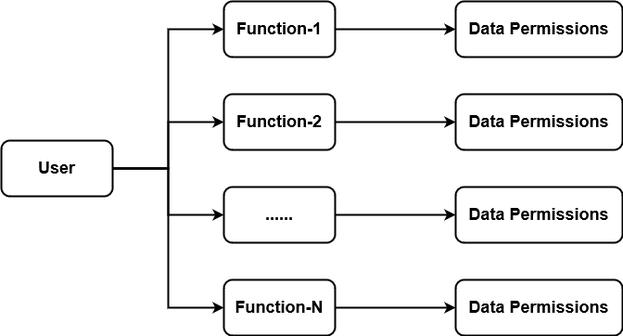
Earlier version of the draw.io export Infrastructure.drawio.png (jackie-thank/beego-authz). Source tidied: cells renumbered, new cells last; positions are measured from the earlier drawing's top-left corner, leaving out a move shared by most shapes. The source it was exported from:
```xml
<mxGraphModel>
  <root>
    <mxCell id="0" />
    <mxCell id="1" parent="0" />
    <mxCell id="2" style="edgeStyle=orthogonalEdgeStyle;rounded=0;jettySize=auto;html=1;exitX=1;exitY=0.5;exitDx=0;exitDy=0;entryX=0;entryY=0.5;entryDx=0;entryDy=0;fontSize=18;strokeWidth=2;" parent="1" edge="1" source="6" target="8">
      <mxGeometry relative="1" as="geometry" />
    </mxCell>
    <mxCell id="3" style="edgeStyle=orthogonalEdgeStyle;rounded=0;jettySize=auto;html=1;entryX=0;entryY=0.5;entryDx=0;entryDy=0;strokeWidth=2;fontSize=18;exitX=1;exitY=0.5;exitDx=0;exitDy=0;" parent="1" edge="1" source="6" target="12">
      <mxGeometry relative="1" as="geometry" />
    </mxCell>
    <mxCell id="4" style="edgeStyle=orthogonalEdgeStyle;rounded=0;jettySize=auto;html=1;exitX=1;exitY=0.5;exitDx=0;exitDy=0;entryX=0;entryY=0.5;entryDx=0;entryDy=0;strokeWidth=2;fontSize=18;" parent="1" edge="1" source="6" target="10">
      <mxGeometry relative="1" as="geometry" />
    </mxCell>
    <mxCell id="5" style="edgeStyle=orthogonalEdgeStyle;rounded=0;jettySize=auto;html=1;exitX=1;exitY=0.5;exitDx=0;exitDy=0;entryX=0;entryY=0.5;entryDx=0;entryDy=0;strokeWidth=2;fontSize=18;" parent="1" edge="1" source="6" target="14">
      <mxGeometry relative="1" as="geometry" />
    </mxCell>
    <mxCell id="6" value="User" style="rounded=1;whiteSpace=wrap;html=1;strokeWidth=2;fontStyle=1;fontSize=18;" parent="1" vertex="1">
      <mxGeometry y="150" width="120" height="60" as="geometry" />
    </mxCell>
    <mxCell id="7" style="edgeStyle=orthogonalEdgeStyle;rounded=0;jettySize=auto;html=1;exitX=1;exitY=0.5;exitDx=0;exitDy=0;strokeWidth=2;fontSize=18;" parent="1" edge="1" source="8" target="15">
      <mxGeometry relative="1" as="geometry" />
    </mxCell>
    <mxCell id="8" value="Function-1" style="rounded=1;whiteSpace=wrap;html=1;strokeWidth=2;fontStyle=1;fontSize=18;" parent="1" vertex="1">
      <mxGeometry x="240" width="120" height="60" as="geometry" />
    </mxCell>
    <mxCell id="9" style="edgeStyle=orthogonalEdgeStyle;rounded=0;jettySize=auto;html=1;exitX=1;exitY=0.5;exitDx=0;exitDy=0;strokeWidth=2;fontSize=18;" parent="1" edge="1" source="10" target="16">
      <mxGeometry relative="1" as="geometry" />
    </mxCell>
    <mxCell id="10" value="Function-2" style="rounded=1;whiteSpace=wrap;html=1;strokeWidth=2;fontStyle=1;fontSize=18;" parent="1" vertex="1">
      <mxGeometry x="240" y="100" width="120" height="60" as="geometry" />
    </mxCell>
    <mxCell id="11" style="edgeStyle=orthogonalEdgeStyle;rounded=0;jettySize=auto;html=1;exitX=1;exitY=0.5;exitDx=0;exitDy=0;entryX=0;entryY=0.5;entryDx=0;entryDy=0;strokeWidth=2;fontSize=18;" parent="1" edge="1" source="12" target="17">
      <mxGeometry relative="1" as="geometry" />
    </mxCell>
    <mxCell id="12" value="......" style="rounded=1;whiteSpace=wrap;html=1;strokeWidth=2;fontStyle=1;fontSize=18;" parent="1" vertex="1">
      <mxGeometry x="240" y="200" width="120" height="60" as="geometry" />
    </mxCell>
    <mxCell id="13" style="edgeStyle=orthogonalEdgeStyle;rounded=0;jettySize=auto;html=1;exitX=1;exitY=0.5;exitDx=0;exitDy=0;strokeWidth=2;fontSize=18;" parent="1" edge="1" source="14" target="18">
      <mxGeometry relative="1" as="geometry" />
    </mxCell>
    <mxCell id="14" value="Function-N" style="rounded=1;whiteSpace=wrap;html=1;strokeWidth=2;fontStyle=1;fontSize=18;" parent="1" vertex="1">
      <mxGeometry x="240" y="300" width="120" height="60" as="geometry" />
    </mxCell>
    <mxCell id="15" value="&lt;div&gt;Data Permissions&lt;br&gt;&lt;/div&gt;" style="rounded=1;whiteSpace=wrap;html=1;strokeWidth=2;fontStyle=1;fontSize=18;" parent="1" vertex="1">
      <mxGeometry x="490" width="180" height="60" as="geometry" />
    </mxCell>
    <mxCell id="16" value="&lt;div&gt;Data Permissions&lt;br&gt;&lt;/div&gt;" style="rounded=1;whiteSpace=wrap;html=1;strokeWidth=2;fontStyle=1;fontSize=18;" parent="1" vertex="1">
      <mxGeometry x="490" y="100" width="180" height="60" as="geometry" />
    </mxCell>
    <mxCell id="17" value="&lt;div&gt;Data Permissions&lt;br&gt;&lt;/div&gt;" style="rounded=1;whiteSpace=wrap;html=1;strokeWidth=2;fontStyle=1;fontSize=18;" parent="1" vertex="1">
      <mxGeometry x="490" y="200" width="180" height="60" as="geometry" />
    </mxCell>
    <mxCell id="18" value="&lt;div&gt;Data Permissions&lt;br&gt;&lt;/div&gt;" style="rounded=1;whiteSpace=wrap;html=1;strokeWidth=2;fontStyle=1;fontSize=18;" parent="1" vertex="1">
      <mxGeometry x="490" y="300" width="180" height="60" as="geometry" />
    </mxCell>
  </root>
</mxGraphModel>
```
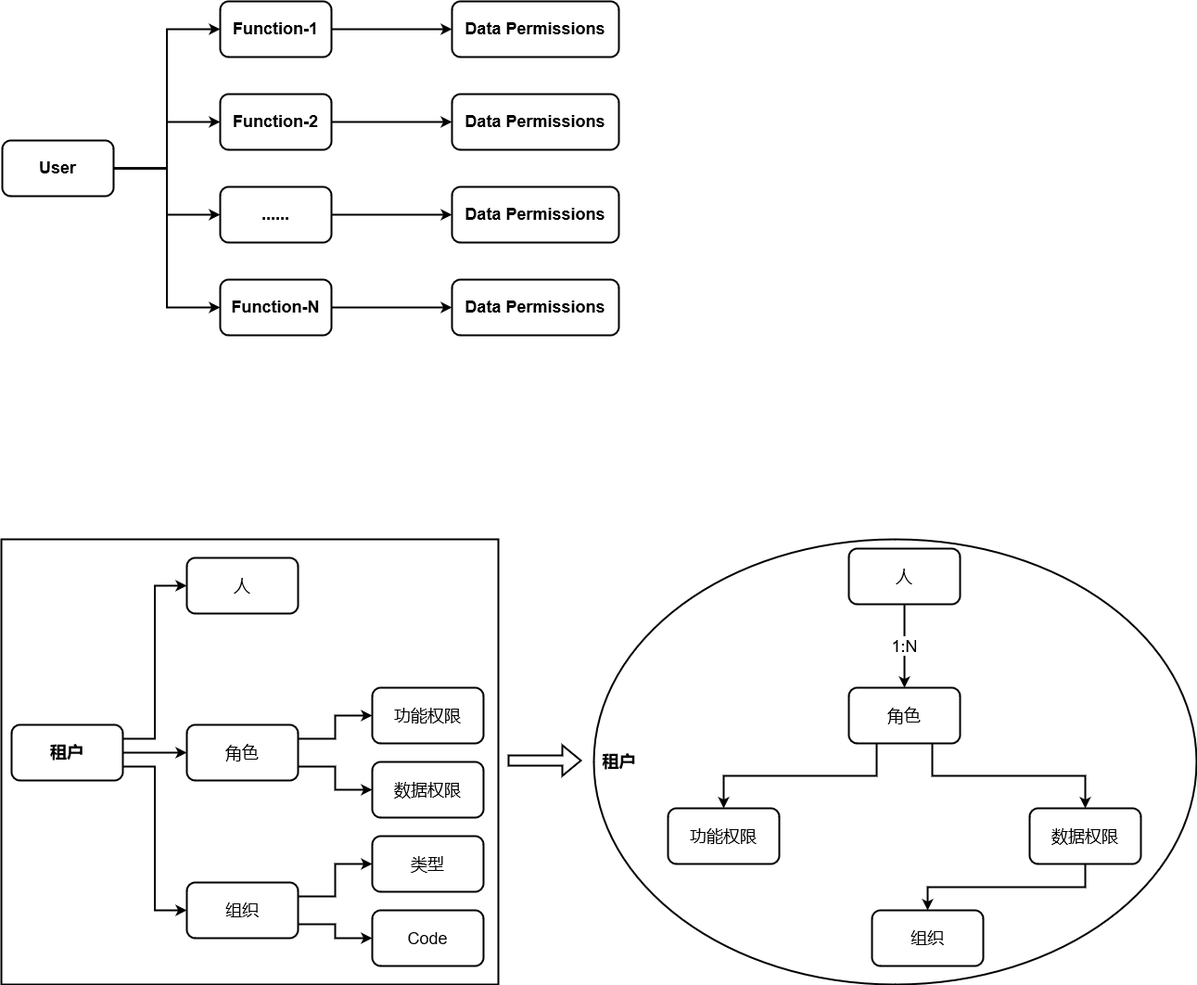
After the change.

Diff of the diagram source:
```diff
@@ -2,6 +2,12 @@
   <root>
     <mxCell id="0" />
     <mxCell id="1" parent="0" />
+    <mxCell id="19" value="租户&amp;nbsp;&amp;nbsp;&amp;nbsp;&amp;nbsp;&amp;nbsp;&amp;nbsp;&amp;nbsp;&amp;nbsp;&amp;nbsp;&amp;nbsp;&amp;nbsp;&amp;nbsp;&amp;nbsp;&amp;nbsp;&amp;nbsp;&amp;nbsp;&amp;nbsp;&amp;nbsp;&amp;nbsp;&amp;nbsp;&amp;nbsp;&amp;nbsp;&amp;nbsp;&amp;nbsp;&amp;nbsp;&amp;nbsp;&amp;nbsp;&amp;nbsp;&amp;nbsp;&amp;nbsp;&amp;nbsp;&amp;nbsp;&amp;nbsp;&amp;nbsp;&amp;nbsp;&amp;nbsp;&amp;nbsp;&amp;nbsp;&amp;nbsp;&amp;nbsp;&amp;nbsp;&amp;nbsp;&amp;nbsp;&amp;nbsp;&amp;nbsp;&amp;nbsp;&amp;nbsp;&amp;nbsp;&amp;nbsp;&amp;nbsp;&amp;nbsp;&amp;nbsp;&amp;nbsp;&amp;nbsp;&amp;nbsp;&amp;nbsp;&amp;nbsp;&amp;nbsp;&amp;nbsp;&amp;nbsp;&amp;nbsp;&amp;nbsp;&amp;nbsp;&amp;nbsp;&amp;nbsp;&amp;nbsp;&amp;nbsp;&amp;nbsp;&amp;nbsp;&amp;nbsp;&amp;nbsp;&amp;nbsp;&amp;nbsp;&amp;nbsp;&amp;nbsp;&amp;nbsp;&amp;nbsp;&amp;nbsp;&amp;nbsp;&amp;nbsp;&amp;nbsp;&amp;nbsp;&amp;nbsp;&amp;nbsp;&amp;nbsp;&amp;nbsp;&amp;nbsp;&amp;nbsp;&amp;nbsp;&amp;nbsp;&amp;nbsp;&amp;nbsp;&amp;nbsp;&amp;nbsp;&amp;nbsp;&amp;nbsp;&amp;nbsp;&amp;nbsp;&amp;nbsp;&amp;nbsp;&amp;nbsp;&amp;nbsp;&amp;nbsp;&amp;nbsp;&amp;nbsp;&amp;nbsp;&amp;nbsp;&amp;nbsp;&amp;nbsp;&amp;nbsp;&amp;nbsp;&amp;nbsp;&amp;nbsp;&amp;nbsp;&amp;nbsp;&amp;nbsp;&amp;nbsp;&amp;nbsp;&amp;nbsp; " style="ellipse;whiteSpace=wrap;html=1;strokeWidth=2;fontSize=18;fontStyle=1;" parent="1" vertex="1">
+      <mxGeometry x="643" y="580" width="650" height="480" as="geometry" />
+    </mxCell>
+    <mxCell id="20" style="rounded=0;whiteSpace=wrap;html=1;strokeWidth=2;fontSize=18;" parent="1" vertex="1">
+      <mxGeometry x="4" y="580" width="536" height="480" as="geometry" />
+    </mxCell>
     <mxCell id="2" style="edgeStyle=orthogonalEdgeStyle;rounded=0;jettySize=auto;html=1;exitX=1;exitY=0.5;exitDx=0;exitDy=0;entryX=0;entryY=0.5;entryDx=0;entryDy=0;fontSize=18;strokeWidth=2;" parent="1" edge="1" source="6" target="8">
       <mxGeometry relative="1" as="geometry" />
     </mxCell>
@@ -15,7 +21,7 @@
       <mxGeometry relative="1" as="geometry" />
     </mxCell>
     <mxCell id="6" value="User" style="rounded=1;whiteSpace=wrap;html=1;strokeWidth=2;fontStyle=1;fontSize=18;" parent="1" vertex="1">
-      <mxGeometry y="150" width="120" height="60" as="geometry" />
+      <mxGeometry x="5" y="150" width="120" height="60" as="geometry" />
     </mxCell>
     <mxCell id="7" style="edgeStyle=orthogonalEdgeStyle;rounded=0;jettySize=auto;html=1;exitX=1;exitY=0.5;exitDx=0;exitDy=0;strokeWidth=2;fontSize=18;" parent="1" edge="1" source="8" target="15">
       <mxGeometry relative="1" as="geometry" />
@@ -53,5 +59,83 @@
     <mxCell id="18" value="&lt;div&gt;Data Permissions&lt;br&gt;&lt;/div&gt;" style="rounded=1;whiteSpace=wrap;html=1;strokeWidth=2;fontStyle=1;fontSize=18;" parent="1" vertex="1">
       <mxGeometry x="490" y="300" width="180" height="60" as="geometry" />
     </mxCell>
+    <mxCell id="21" style="edgeStyle=orthogonalEdgeStyle;rounded=0;jettySize=auto;html=1;exitX=1;exitY=0.5;exitDx=0;exitDy=0;fontSize=18;strokeWidth=2;" parent="1" edge="1" source="24" target="28">
+      <mxGeometry relative="1" as="geometry" />
+    </mxCell>
+    <mxCell id="22" style="edgeStyle=orthogonalEdgeStyle;rounded=0;jettySize=auto;html=1;exitX=1;exitY=0.25;exitDx=0;exitDy=0;entryX=0;entryY=0.5;entryDx=0;entryDy=0;strokeWidth=2;fontSize=18;" parent="1" edge="1" source="24" target="25">
+      <mxGeometry relative="1" as="geometry" />
+    </mxCell>
+    <mxCell id="23" style="edgeStyle=orthogonalEdgeStyle;rounded=0;jettySize=auto;html=1;exitX=1;exitY=0.75;exitDx=0;exitDy=0;entryX=0;entryY=0.5;entryDx=0;entryDy=0;strokeWidth=2;fontSize=18;" parent="1" edge="1" source="24" target="31">
+      <mxGeometry relative="1" as="geometry" />
+    </mxCell>
+    <mxCell id="24" value="租户" style="rounded=1;whiteSpace=wrap;html=1;fontStyle=1;fontSize=18;strokeWidth=2;" parent="1" vertex="1">
+      <mxGeometry x="15" y="780" width="120" height="60" as="geometry" />
+    </mxCell>
+    <mxCell id="25" value="人" style="rounded=1;whiteSpace=wrap;html=1;strokeWidth=2;fontSize=18;" parent="1" vertex="1">
+      <mxGeometry x="204" y="600" width="120" height="60" as="geometry" />
+    </mxCell>
+    <mxCell id="26" style="edgeStyle=orthogonalEdgeStyle;rounded=0;jettySize=auto;html=1;exitX=1;exitY=0.25;exitDx=0;exitDy=0;entryX=0;entryY=0.5;entryDx=0;entryDy=0;strokeWidth=2;fontSize=18;" parent="1" edge="1" source="28" target="32">
+      <mxGeometry relative="1" as="geometry" />
+    </mxCell>
+    <mxCell id="27" style="edgeStyle=orthogonalEdgeStyle;rounded=0;jettySize=auto;html=1;exitX=1;exitY=0.75;exitDx=0;exitDy=0;entryX=0;entryY=0.5;entryDx=0;entryDy=0;strokeWidth=2;fontSize=18;" parent="1" edge="1" source="28" target="33">
+      <mxGeometry relative="1" as="geometry" />
+    </mxCell>
+    <mxCell id="28" value="角色" style="rounded=1;whiteSpace=wrap;html=1;strokeWidth=2;fontSize=18;" parent="1" vertex="1">
+      <mxGeometry x="204" y="780" width="120" height="60" as="geometry" />
+    </mxCell>
+    <mxCell id="29" style="edgeStyle=orthogonalEdgeStyle;rounded=0;jettySize=auto;html=1;exitX=1;exitY=0.25;exitDx=0;exitDy=0;strokeWidth=2;fontSize=18;" parent="1" edge="1" source="31" target="34">
+      <mxGeometry relative="1" as="geometry" />
+    </mxCell>
+    <mxCell id="30" style="edgeStyle=orthogonalEdgeStyle;rounded=0;jettySize=auto;html=1;exitX=1;exitY=0.75;exitDx=0;exitDy=0;strokeWidth=2;fontSize=18;" parent="1" edge="1" source="31" target="35">
+      <mxGeometry relative="1" as="geometry" />
+    </mxCell>
+    <mxCell id="31" value="组织" style="rounded=1;whiteSpace=wrap;html=1;strokeWidth=2;fontSize=18;" parent="1" vertex="1">
+      <mxGeometry x="204" y="950" width="120" height="60" as="geometry" />
+    </mxCell>
+    <mxCell id="32" value="功能权限" style="rounded=1;whiteSpace=wrap;html=1;strokeWidth=2;fontSize=18;" parent="1" vertex="1">
+      <mxGeometry x="404" y="740" width="120" height="60" as="geometry" />
+    </mxCell>
+    <mxCell id="33" value="数据权限" style="rounded=1;whiteSpace=wrap;html=1;strokeWidth=2;fontSize=18;" parent="1" vertex="1">
+      <mxGeometry x="404" y="820" width="120" height="60" as="geometry" />
+    </mxCell>
+    <mxCell id="34" value="类型" style="rounded=1;whiteSpace=wrap;html=1;strokeWidth=2;fontSize=18;" parent="1" vertex="1">
+      <mxGeometry x="404" y="900" width="120" height="60" as="geometry" />
+    </mxCell>
+    <mxCell id="35" value="Code" style="rounded=1;whiteSpace=wrap;html=1;strokeWidth=2;fontSize=18;" parent="1" vertex="1">
+      <mxGeometry x="404" y="980" width="120" height="60" as="geometry" />
+    </mxCell>
+    <mxCell id="36" style="shape=flexArrow;endArrow=classic;html=1;rounded=0;strokeWidth=2;fontSize=18;" parent="1" edge="1">
+      <mxGeometry relative="1" as="geometry">
+        <mxPoint x="550" y="818.5" as="sourcePoint" />
+        <mxPoint x="630" y="818.5" as="targetPoint" />
+      </mxGeometry>
+    </mxCell>
+    <mxCell id="37" value="1:N" style="edgeStyle=orthogonalEdgeStyle;rounded=0;jettySize=auto;html=1;exitX=0.5;exitY=1;exitDx=0;exitDy=0;strokeWidth=2;fontSize=18;" parent="1" edge="1" source="38" target="41">
+      <mxGeometry relative="1" as="geometry" />
+    </mxCell>
+    <mxCell id="38" value="人" style="rounded=1;whiteSpace=wrap;html=1;strokeWidth=2;fontSize=18;" parent="1" vertex="1">
+      <mxGeometry x="918" y="590" width="120" height="60" as="geometry" />
+    </mxCell>
+    <mxCell id="39" style="edgeStyle=orthogonalEdgeStyle;rounded=0;jettySize=auto;html=1;exitX=0.25;exitY=1;exitDx=0;exitDy=0;entryX=0.5;entryY=0;entryDx=0;entryDy=0;strokeWidth=2;fontSize=18;" parent="1" edge="1" source="41" target="42">
+      <mxGeometry relative="1" as="geometry" />
+    </mxCell>
+    <mxCell id="40" style="edgeStyle=orthogonalEdgeStyle;rounded=0;jettySize=auto;html=1;exitX=0.75;exitY=1;exitDx=0;exitDy=0;entryX=0.5;entryY=0;entryDx=0;entryDy=0;strokeWidth=2;fontSize=18;" parent="1" edge="1" source="41" target="44">
+      <mxGeometry relative="1" as="geometry" />
+    </mxCell>
+    <mxCell id="41" value="角色" style="rounded=1;whiteSpace=wrap;html=1;strokeWidth=2;fontSize=18;" parent="1" vertex="1">
+      <mxGeometry x="918" y="740" width="120" height="60" as="geometry" />
+    </mxCell>
+    <mxCell id="42" value="功能权限" style="rounded=1;whiteSpace=wrap;html=1;strokeWidth=2;fontSize=18;" parent="1" vertex="1">
+      <mxGeometry x="723" y="870" width="120" height="60" as="geometry" />
+    </mxCell>
+    <mxCell id="43" style="edgeStyle=orthogonalEdgeStyle;rounded=0;jettySize=auto;html=1;exitX=0.5;exitY=1;exitDx=0;exitDy=0;entryX=0.5;entryY=0;entryDx=0;entryDy=0;strokeWidth=2;fontSize=18;" parent="1" edge="1" source="44" target="45">
+      <mxGeometry relative="1" as="geometry" />
+    </mxCell>
+    <mxCell id="44" value="数据权限" style="rounded=1;whiteSpace=wrap;html=1;strokeWidth=2;fontSize=18;" parent="1" vertex="1">
+      <mxGeometry x="1113" y="870" width="120" height="60" as="geometry" />
+    </mxCell>
+    <mxCell id="45" value="组织" style="rounded=1;whiteSpace=wrap;html=1;strokeWidth=2;fontSize=18;" parent="1" vertex="1">
+      <mxGeometry x="943" y="980" width="120" height="60" as="geometry" />
+    </mxCell>
   </root>
 </mxGraphModel>
```
